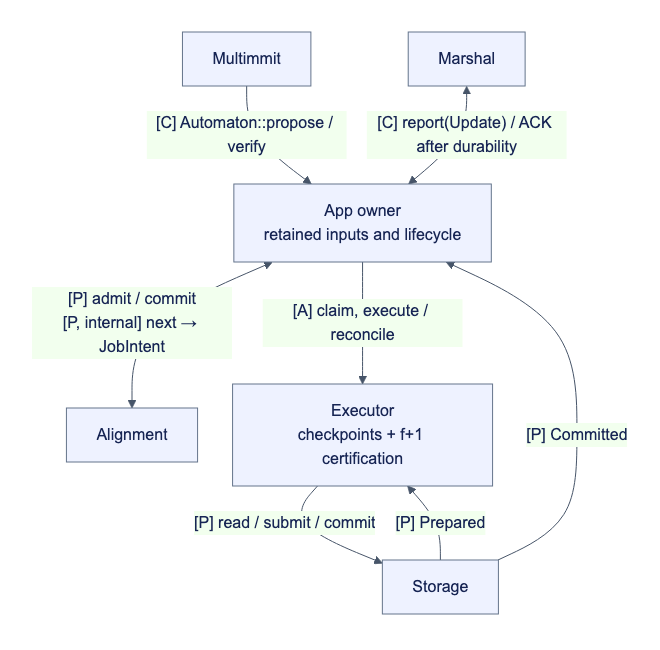
This is docs/assets/diagrams/diagram-26.png from djm07073/baton, a Mermaid export, as it was before one commit. Its source is kept beside it as docs/assets/diagrams/diagram-26.mmd. The source it was exported from:
```mermaid
flowchart TB
    N["Multimmit"] -->|"[C] Automaton::propose / verify"| A["App owner<br/>retained inputs and lifecycle"]
    M["Marshal"] <-->|"[C] report(Update) / ACK after durability"| A
    A <-->|"[P] admit / commit<br/>[P, internal] next → JobIntent"| L["Alignment"]
    A -->|"[A] claim, execute / reconcile"| E["Executor<br/>checkpoints + f+1 certification"]
    E -->|"[P] read / submit / commit"| S["Storage"]
    S -->|"[P] Prepared"| E
    S -->|"[P] Committed"| A
```
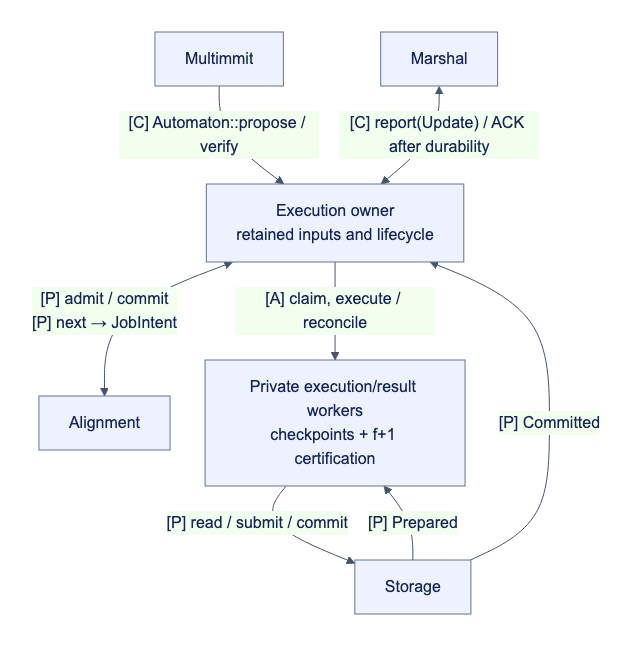
Above is the later version.

What changed in the source:
```diff
@@ -1,8 +1,8 @@
 flowchart TB
-    N["Multimmit"] -->|"[C] Automaton::propose / verify"| A["App owner<br/>retained inputs and lifecycle"]
+    N["Multimmit"] -->|"[C] Automaton::propose / verify"| A["Execution owner<br/>retained inputs and lifecycle"]
     M["Marshal"] <-->|"[C] report(Update) / ACK after durability"| A
-    A <-->|"[P] admit / commit<br/>[P, internal] next → JobIntent"| L["Alignment"]
-    A -->|"[A] claim, execute / reconcile"| E["Executor<br/>checkpoints + f+1 certification"]
+    A <-->|"[P] admit / commit<br/>[P] next → JobIntent"| L["Alignment"]
+    A -->|"[A] claim, execute / reconcile"| E["Private execution/result workers<br/>checkpoints + f+1 certification"]
     E -->|"[P] read / submit / commit"| S["Storage"]
     S -->|"[P] Prepared"| E
     S -->|"[P] Committed"| A
```
